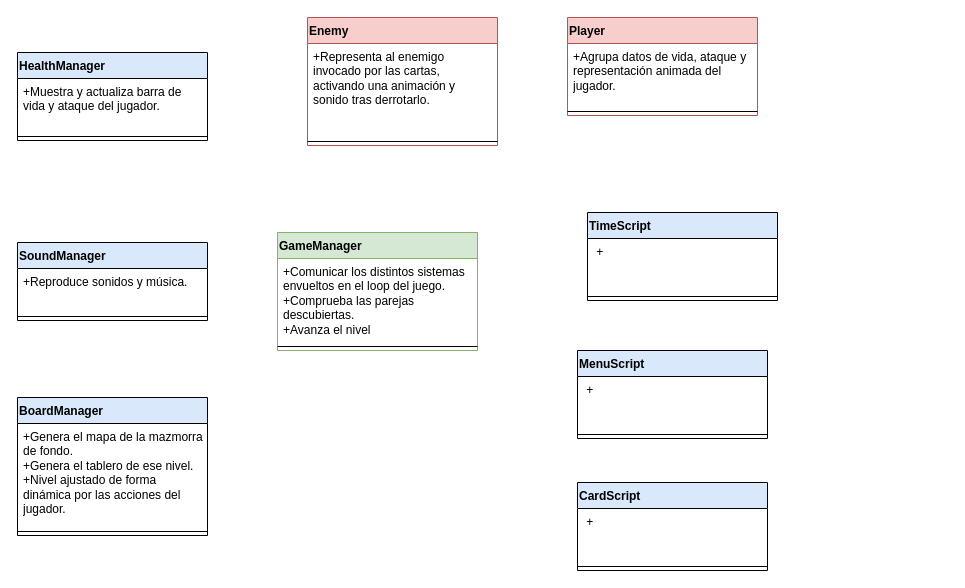
The draw.io diagram page "Page-3" (3 of 3) of Untitled Diagram.drawio in Clovisindo/Unity2dRogueLike, before the edit. Source tidied: cells renumbered, new cells numbered last; positions are measured from the earlier drawing's top-left corner, leaving out a move shared by most shapes. Both pictures are drawn from the tidied source at 100%, with x=0, y=0 at pixel (17, 17).
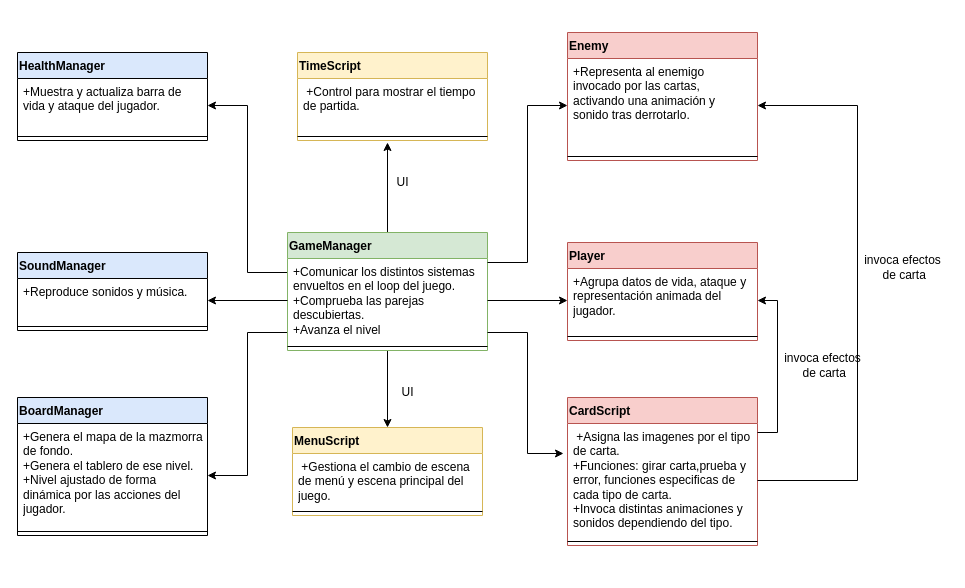
The same page after the edit.

The change refers to these unchanged cells:
```xml
<mxCell id="3" value="+Agrupa datos de vida, ataque y representación animada del jugador." style="text;strokeColor=none;fillColor=none;align=left;verticalAlign=top;spacingLeft=4;spacingRight=4;overflow=hidden;points=[[0,0.5],[1,0.5]];portConstraint=eastwest;html=1;whiteSpace=wrap;" parent="2" vertex="1">
  <mxGeometry y="26" width="190" height="64" as="geometry" />
</mxCell>
<mxCell id="6" value="+Genera el mapa de la mazmorra de fondo.&lt;br&gt;+Genera el tablero de ese nivel.&lt;br&gt;+Nivel ajustado de forma dinámica por las acciones del jugador." style="text;strokeColor=none;fillColor=none;align=left;verticalAlign=top;spacingLeft=4;spacingRight=4;overflow=hidden;points=[[0,0.5],[1,0.5]];portConstraint=eastwest;html=1;whiteSpace=wrap;" parent="5" vertex="1">
  <mxGeometry y="26" width="190" height="104" as="geometry" />
</mxCell>
<mxCell id="9" value="+Comunicar los distintos sistemas envueltos en el loop del juego.&lt;br&gt;+Comprueba las parejas descubiertas.&lt;br&gt;+Avanza el nivel" style="text;strokeColor=none;fillColor=none;align=left;verticalAlign=top;spacingLeft=4;spacingRight=4;overflow=hidden;points=[[0,0.5],[1,0.5]];portConstraint=eastwest;html=1;whiteSpace=wrap;" parent="8" vertex="1">
  <mxGeometry y="26" width="200" height="84" as="geometry" />
</mxCell>
<mxCell id="12" value="+Muestra y actualiza barra de vida y ataque del jugador." style="text;strokeColor=none;fillColor=none;align=left;verticalAlign=top;spacingLeft=4;spacingRight=4;overflow=hidden;points=[[0,0.5],[1,0.5]];portConstraint=eastwest;html=1;whiteSpace=wrap;" parent="11" vertex="1">
  <mxGeometry y="26" width="190" height="54" as="geometry" />
</mxCell>
<mxCell id="15" value="+Reproduce sonidos y música." style="text;strokeColor=none;fillColor=none;align=left;verticalAlign=top;spacingLeft=4;spacingRight=4;overflow=hidden;points=[[0,0.5],[1,0.5]];portConstraint=eastwest;html=1;whiteSpace=wrap;" parent="14" vertex="1">
  <mxGeometry y="26" width="190" height="44" as="geometry" />
</mxCell>
<mxCell id="18" value="+Representa al enemigo invocado por las cartas, activando una animación y sonido tras derrotarlo." style="text;strokeColor=none;fillColor=none;align=left;verticalAlign=top;spacingLeft=4;spacingRight=4;overflow=hidden;points=[[0,0.5],[1,0.5]];portConstraint=eastwest;html=1;whiteSpace=wrap;" parent="17" vertex="1">
  <mxGeometry y="26" width="190" height="94" as="geometry" />
</mxCell>
```

The edit, as a diff of the source:
```diff
@@
     <mxCell id="2" value="Player" style="swimlane;fontStyle=1;align=left;verticalAlign=top;horizontal=1;startSize=26;fillColor=#f8cecc;strokeColor=#b85450;swimlaneFillColor=#ffffff;" parent="1" vertex="1">
-      <mxGeometry x="550" width="190" height="98" as="geometry" />
+      <mxGeometry x="550" y="225" width="190" height="98" as="geometry" />
     </mxCell>
@@
+    <mxCell id="29" style="edgeStyle=orthogonalEdgeStyle;rounded=0;jettySize=auto;html=1;" parent="1" edge="1" source="8">
+      <mxGeometry relative="1" as="geometry">
+        <mxPoint x="370" y="125" as="targetPoint" />
+      </mxGeometry>
+    </mxCell>
+    <mxCell id="30" style="edgeStyle=orthogonalEdgeStyle;rounded=0;jettySize=auto;html=1;entryX=0.5;entryY=0;entryDx=0;entryDy=0;" parent="1" edge="1" source="8" target="23">
+      <mxGeometry relative="1" as="geometry" />
+    </mxCell>
+    <mxCell id="31" style="edgeStyle=orthogonalEdgeStyle;rounded=0;jettySize=auto;html=1;entryX=1;entryY=0.5;entryDx=0;entryDy=0;" parent="1" edge="1" source="8" target="12">
+      <mxGeometry relative="1" as="geometry">
+        <Array as="points">
+          <mxPoint x="230" y="255" />
+          <mxPoint x="230" y="88" />
+        </Array>
+      </mxGeometry>
+    </mxCell>
+    <mxCell id="32" style="edgeStyle=orthogonalEdgeStyle;rounded=0;jettySize=auto;html=1;entryX=1;entryY=0.5;entryDx=0;entryDy=0;" parent="1" edge="1" source="8" target="6">
+      <mxGeometry relative="1" as="geometry">
+        <Array as="points">
+          <mxPoint x="230" y="315" />
+          <mxPoint x="230" y="458" />
+        </Array>
+      </mxGeometry>
+    </mxCell>
     <mxCell id="8" value="GameManager" style="swimlane;fontStyle=1;align=left;verticalAlign=top;horizontal=1;startSize=26;fillColor=#d5e8d4;strokeColor=#82b366;swimlaneFillColor=#ffffff;" parent="1" vertex="1">
-      <mxGeometry x="260" y="215" width="200" height="118" as="geometry" />
+      <mxGeometry x="270" y="215" width="200" height="118" as="geometry" />
     </mxCell>
@@
     <mxCell id="14" value="SoundManager" style="swimlane;fontStyle=1;align=left;verticalAlign=top;horizontal=1;startSize=26;fillColor=#dae8fc;glass=0;rounded=0;swimlaneFillColor=#ffffff;" parent="1" vertex="1">
-      <mxGeometry y="225" width="190" height="78" as="geometry" />
+      <mxGeometry y="235" width="190" height="78" as="geometry" />
     </mxCell>
@@
     <mxCell id="17" value="Enemy" style="swimlane;fontStyle=1;align=left;verticalAlign=top;horizontal=1;startSize=26;fillColor=#f8cecc;strokeColor=#b85450;swimlaneFillColor=#ffffff;" parent="1" vertex="1">
-      <mxGeometry x="290" width="190" height="128" as="geometry" />
+      <mxGeometry x="550" y="15" width="190" height="128" as="geometry" />
     </mxCell>
@@
-    <mxCell id="20" value="TimeScript" style="swimlane;fontStyle=1;align=left;verticalAlign=top;horizontal=1;startSize=26;fillColor=#dae8fc;glass=0;rounded=0;swimlaneFillColor=#ffffff;" parent="1" vertex="1">
-      <mxGeometry x="570" y="195" width="190" height="88" as="geometry" />
+    <mxCell id="20" value="TimeScript" style="swimlane;fontStyle=1;align=left;verticalAlign=top;horizontal=1;startSize=26;fillColor=#fff2cc;glass=0;rounded=0;swimlaneFillColor=#ffffff;strokeColor=#d6b656;" parent="1" vertex="1">
+      <mxGeometry x="280" y="35" width="190" height="88" as="geometry" />
     </mxCell>
-    <mxCell id="21" value="&amp;nbsp;+" style="text;strokeColor=none;fillColor=none;align=left;verticalAlign=top;spacingLeft=4;spacingRight=4;overflow=hidden;html=1;whiteSpace=wrap;" parent="20" vertex="1">
+    <mxCell id="21" value="&amp;nbsp;+Control para mostrar el tiempo de partida." style="text;strokeColor=none;fillColor=none;align=left;verticalAlign=top;spacingLeft=4;spacingRight=4;overflow=hidden;html=1;whiteSpace=wrap;" parent="20" vertex="1">
       <mxGeometry y="26" width="190" height="54" as="geometry" />
     </mxCell>
@@
-    <mxCell id="23" value="MenuScript" style="swimlane;fontStyle=1;align=left;verticalAlign=top;horizontal=1;startSize=26;fillColor=#dae8fc;glass=0;rounded=0;swimlaneFillColor=#ffffff;" parent="1" vertex="1">
-      <mxGeometry x="560" y="333" width="190" height="88" as="geometry" />
+    <mxCell id="23" value="MenuScript" style="swimlane;fontStyle=1;align=left;verticalAlign=top;horizontal=1;startSize=26;fillColor=#fff2cc;glass=0;rounded=0;swimlaneFillColor=#ffffff;strokeColor=#d6b656;" parent="1" vertex="1">
+      <mxGeometry x="275" y="410" width="190" height="88" as="geometry" />
     </mxCell>
-    <mxCell id="24" value="&amp;nbsp;+" style="text;strokeColor=none;fillColor=none;align=left;verticalAlign=top;spacingLeft=4;spacingRight=4;overflow=hidden;html=1;whiteSpace=wrap;" parent="23" vertex="1">
+    <mxCell id="24" value="&amp;nbsp;+Gestiona el cambio de escena de menú y escena principal del juego." style="text;strokeColor=none;fillColor=none;align=left;verticalAlign=top;spacingLeft=4;spacingRight=4;overflow=hidden;html=1;whiteSpace=wrap;" parent="23" vertex="1">
       <mxGeometry y="26" width="190" height="54" as="geometry" />
     </mxCell>
@@
-    <mxCell id="26" value="CardScript" style="swimlane;fontStyle=1;align=left;verticalAlign=top;horizontal=1;startSize=26;fillColor=#dae8fc;glass=0;rounded=0;swimlaneFillColor=#ffffff;" parent="1" vertex="1">
-      <mxGeometry x="560" y="465" width="190" height="88" as="geometry" />
+    <mxCell id="26" value="CardScript" style="swimlane;fontStyle=1;align=left;verticalAlign=top;horizontal=1;startSize=26;fillColor=#f8cecc;glass=0;rounded=0;swimlaneFillColor=#ffffff;strokeColor=#b85450;" parent="1" vertex="1">
+      <mxGeometry x="550" y="380" width="190" height="148" as="geometry" />
     </mxCell>
-    <mxCell id="27" value="&amp;nbsp;+" style="text;strokeColor=none;fillColor=none;align=left;verticalAlign=top;spacingLeft=4;spacingRight=4;overflow=hidden;points=[[0,0.5],[1,0.5]];portConstraint=eastwest;html=1;whiteSpace=wrap;" parent="26" vertex="1">
-      <mxGeometry y="26" width="190" height="54" as="geometry" />
+    <mxCell id="27" value="&amp;nbsp;+Asigna las imagenes por el tipo de carta.&lt;br&gt;+Funciones: girar carta,prueba y error, funciones especificas de cada tipo de carta.&lt;br&gt;+Invoca distintas animaciones y sonidos dependiendo del tipo." style="text;strokeColor=none;fillColor=none;align=left;verticalAlign=top;spacingLeft=4;spacingRight=4;overflow=hidden;points=[[0,0.5],[1,0.5]];portConstraint=eastwest;html=1;whiteSpace=wrap;" parent="26" vertex="1">
+      <mxGeometry y="26" width="190" height="114" as="geometry" />
     </mxCell>
     <mxCell id="28" style="line;strokeWidth=1;fillColor=none;align=left;verticalAlign=middle;spacingTop=-1;spacingLeft=3;spacingRight=3;labelPosition=right;" parent="26" vertex="1">
-      <mxGeometry y="80" width="190" height="8" as="geometry" />
+      <mxGeometry y="140" width="190" height="8" as="geometry" />
     </mxCell>
+    <mxCell id="33" style="edgeStyle=orthogonalEdgeStyle;rounded=0;jettySize=auto;html=1;entryX=0;entryY=0.5;entryDx=0;entryDy=0;" parent="1" edge="1" source="9" target="3">
+      <mxGeometry relative="1" as="geometry" />
+    </mxCell>
+    <mxCell id="34" style="edgeStyle=orthogonalEdgeStyle;rounded=0;jettySize=auto;html=1;entryX=-0.021;entryY=0.263;entryDx=0;entryDy=0;entryPerimeter=0;" parent="1" edge="1" source="9" target="27">
+      <mxGeometry relative="1" as="geometry">
+        <Array as="points">
+          <mxPoint x="510" y="315" />
+          <mxPoint x="510" y="436" />
+        </Array>
+      </mxGeometry>
+    </mxCell>
+    <mxCell id="35" style="edgeStyle=orthogonalEdgeStyle;rounded=0;jettySize=auto;html=1;" parent="1" edge="1" source="9" target="18">
+      <mxGeometry relative="1" as="geometry">
+        <Array as="points">
+          <mxPoint x="510" y="245" />
+          <mxPoint x="510" y="88" />
+        </Array>
+      </mxGeometry>
+    </mxCell>
+    <mxCell id="36" style="edgeStyle=orthogonalEdgeStyle;rounded=0;jettySize=auto;html=1;entryX=1;entryY=0.5;entryDx=0;entryDy=0;" parent="1" edge="1" source="9" target="15">
+      <mxGeometry relative="1" as="geometry" />
+    </mxCell>
+    <mxCell id="37" style="edgeStyle=orthogonalEdgeStyle;rounded=0;jettySize=auto;html=1;entryX=1;entryY=0.5;entryDx=0;entryDy=0;" parent="1" edge="1" source="27" target="3">
+      <mxGeometry relative="1" as="geometry">
+        <Array as="points">
+          <mxPoint x="760" y="415" />
+          <mxPoint x="760" y="283" />
+        </Array>
+      </mxGeometry>
+    </mxCell>
+    <mxCell id="38" style="edgeStyle=orthogonalEdgeStyle;rounded=0;jettySize=auto;html=1;" parent="1" edge="1" source="27" target="18">
+      <mxGeometry relative="1" as="geometry">
+        <Array as="points">
+          <mxPoint x="840" y="463" />
+          <mxPoint x="840" y="88" />
+        </Array>
+      </mxGeometry>
+    </mxCell>
+    <mxCell id="39" value="invoca efectos&lt;br&gt;&amp;nbsp;de carta" style="text;html=1;align=center;verticalAlign=middle;strokeColor=none;" parent="1" vertex="1">
+      <mxGeometry x="760" y="333" width="90" height="30" as="geometry" />
+    </mxCell>
+    <mxCell id="40" value="invoca efectos&lt;br&gt;&amp;nbsp;de carta" style="text;html=1;align=center;verticalAlign=middle;strokeColor=none;" parent="1" vertex="1">
+      <mxGeometry x="840" y="235" width="90" height="30" as="geometry" />
+    </mxCell>
+    <mxCell id="41" value="UI" style="text;html=1;align=center;verticalAlign=middle;strokeColor=none;" parent="1" vertex="1">
+      <mxGeometry x="375" y="365" width="30" height="20" as="geometry" />
+    </mxCell>
+    <mxCell id="42" value="UI" style="text;html=1;align=center;verticalAlign=middle;strokeColor=none;" parent="1" vertex="1">
+      <mxGeometry x="370" y="155" width="30" height="20" as="geometry" />
+    </mxCell>
```
